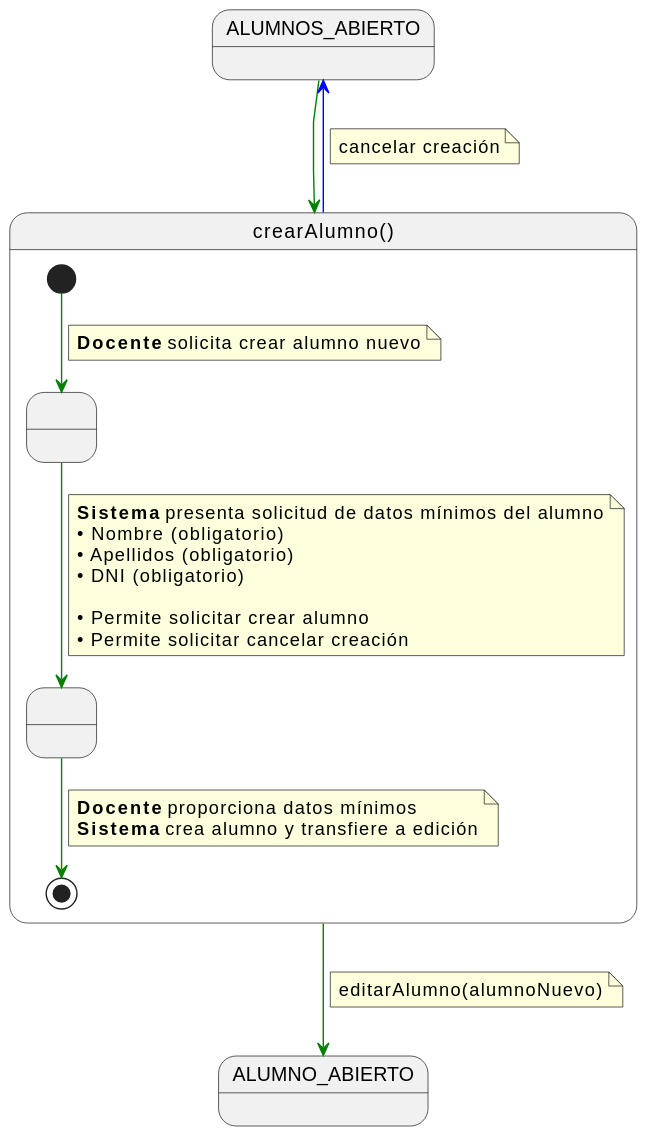
Before: documents/casos-de-uso/detalladoCasosDeUso/crearAlumno/crearAlumno.svg, a diagram exported from PlantUML (martinlopez7/25-26-IdSw1-SdR).
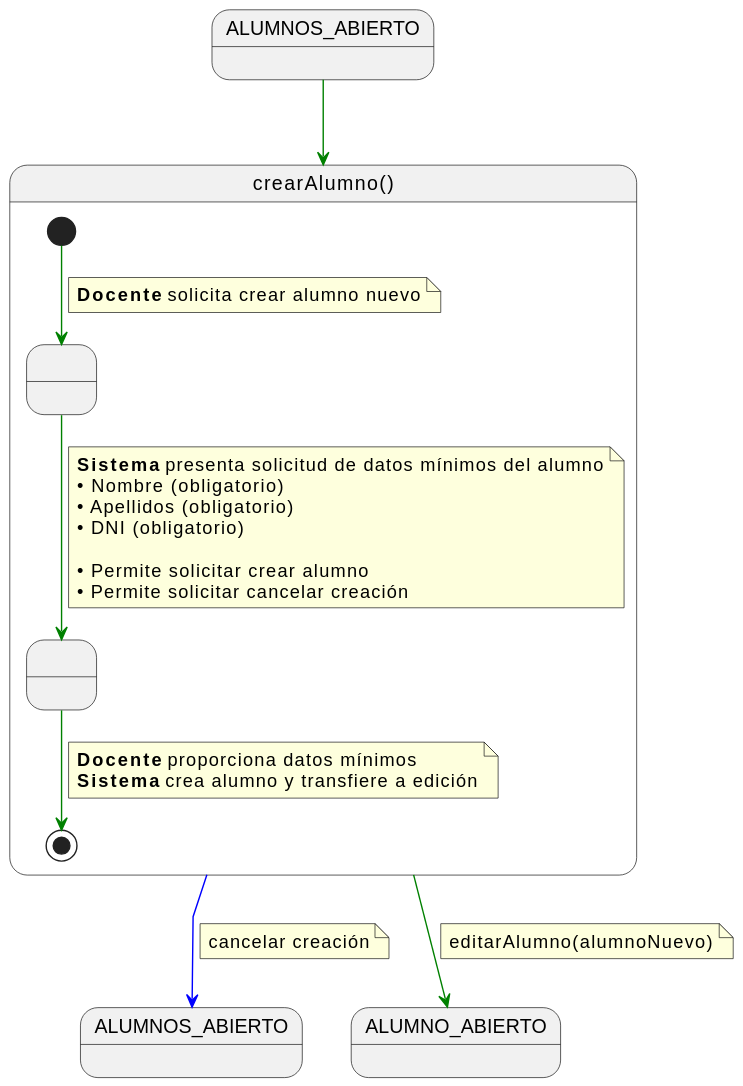
Later version of the same file.

Change to the diagram source:
```diff
@@ -2,6 +2,7 @@
 skinparam linetype polyline
 
 state ALUMNOS_ABIERTO
+state ALUMNOS_ABIERTO2 as "ALUMNOS_ABIERTO"
 
 ALUMNOS_ABIERTO -[#green]-> crearAlumno
 
@@ -38,7 +39,7 @@
 editarAlumno(alumnoNuevo)
 end note
 
-crearAlumno -[#blue]-> ALUMNOS_ABIERTO
+crearAlumno -[#blue]-> ALUMNOS_ABIERTO2
 note on link
 cancelar creación
 end note
```
